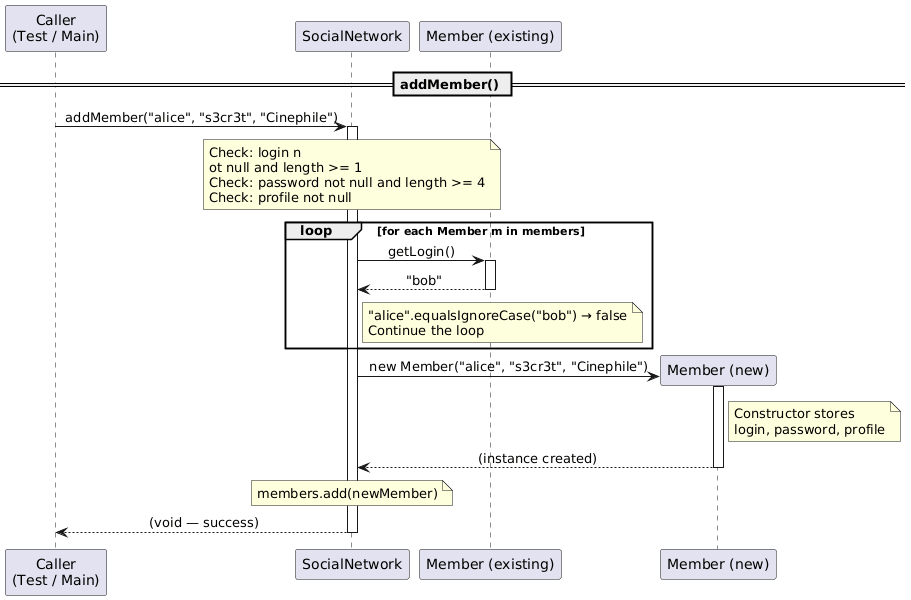
Earlier version of the PlantUML export uml/sequence_diagram/addMember.png (PetitPotam78/inf112).
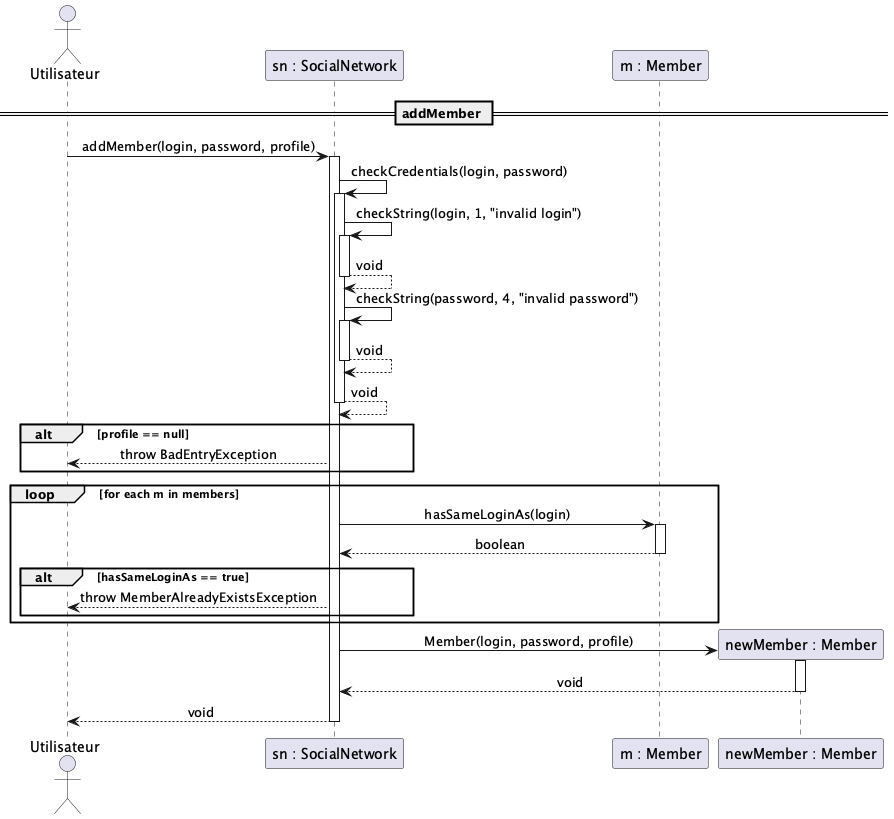
The same file after the commit.

What changed in the source:
```diff
@@ -3,40 +3,51 @@
 skinparam sequenceMessageAlign center
 skinparam responseMessageBelowArrow true
 
-participant "Caller\n(Test / Main)" as Caller
-participant "SocialNetwork"         as SN
-participant "Member (existing)"     as ME
-participant "Member (new)"          as MN
+actor "Utilisateur" as user
+participant "sn : SocialNetwork" as sn
+participant "m : Member" as m
 
-== addMember() ==
+== addMember ==
 
-Caller -> SN : addMember("alice", "s3cr3t", "Cinephile")
-activate SN
+user -> sn : addMember(login, password, profile)
+activate sn
 
-    note over SN
-        Check: login n
-        ot null and length >= 1
-        Check: password not null and length >= 4
-        Check: profile not null
-    end note
+    sn -> sn : checkCredentials(login, password)
+    activate sn
+        sn -> sn : checkString(login, 1, "invalid login")
+        activate sn
+        sn --> sn : void
+        deactivate sn
 
-    loop for each Member m in members
-        SN -> ME : getLogin()
-        activate ME
-        ME --> SN : "bob"
-        deactivate ME
-        note right of SN : "alice".equalsIgnoreCase("bob") → false\nContinue the loop
+        sn -> sn : checkString(password, 4, "invalid password")
+        activate sn
+        sn --> sn : void
+        deactivate sn
+    sn --> sn : void
+    deactivate sn
+
+    alt profile == null
+        sn --> user : throw BadEntryException
     end
 
-    SN -> MN ** : new Member("alice", "s3cr3t", "Cinephile")
-    activate MN
-    note right of MN : Constructor stores\nlogin, password, profile
-    MN --> SN : (instance created)
-    deactivate MN
+    loop for each m in members
+        sn -> m : hasSameLoginAs(login)
+        activate m
+        m --> sn : boolean
+        deactivate m
 
-    note over SN : members.add(newMember)
+        alt hasSameLoginAs == true
+            sn --> user : throw MemberAlreadyExistsException
+        end
+    end
 
-SN --> Caller : (void — success)
-deactivate SN
+    create "newMember : Member" as newMember
+    sn -> newMember : Member(login, password, profile)
+    activate newMember
+    newMember --> sn : void
+    deactivate newMember
+
+sn --> user : void
+deactivate sn
 
 @enduml
```
